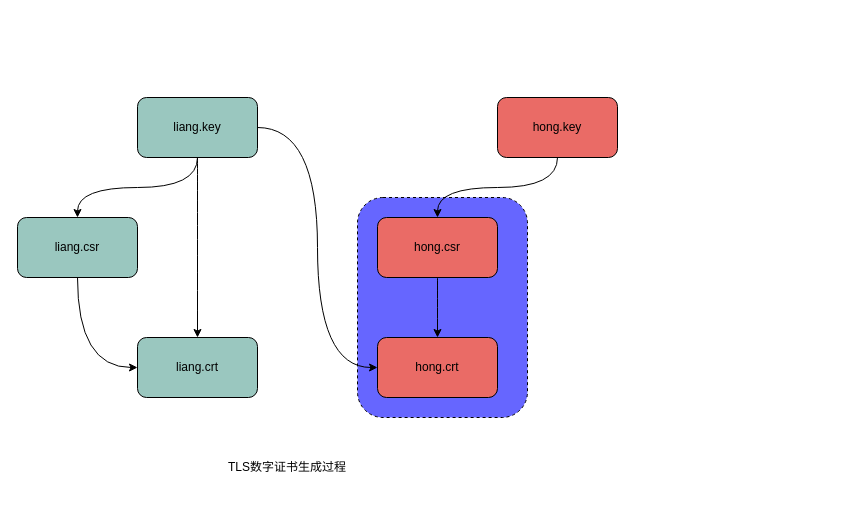
Before: src/tls.drawio in ab-doc/draw.io, a draw.io diagram. Source tidied: cells renumbered, new cells numbered last; positions are measured from the earlier drawing's top-left corner, leaving out a move shared by most shapes. Both pictures are drawn from the tidied source at 100%, with x=0, y=0 at pixel (17, 97).
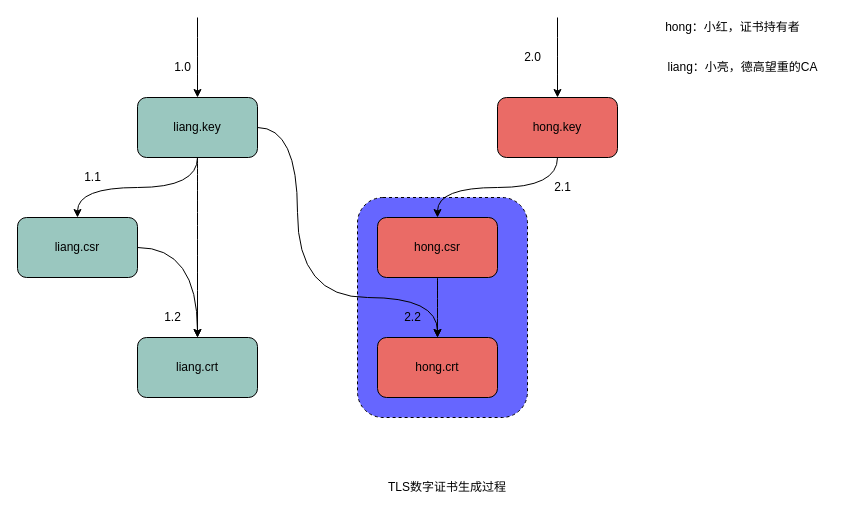
The same page after the edit.

Unchanged cells that the change refers to:
```xml
<mxCell id="6" value="liang.key" style="rounded=1;whiteSpace=wrap;html=1;fillColor=#9AC7BF;" parent="1" vertex="1">
  <mxGeometry x="120" width="120" height="60" as="geometry" />
</mxCell>
<mxCell id="7" value="liang.crt" style="rounded=1;whiteSpace=wrap;html=1;fillColor=#9AC7BF;" parent="1" vertex="1">
  <mxGeometry x="120" y="240" width="120" height="60" as="geometry" />
</mxCell>
<mxCell id="9" value="liang.csr" style="rounded=1;whiteSpace=wrap;html=1;fillColor=#9AC7BF;" parent="1" vertex="1">
  <mxGeometry y="120" width="120" height="60" as="geometry" />
</mxCell>
<mxCell id="11" value="hong.key" style="rounded=1;whiteSpace=wrap;html=1;fillColor=#EA6B66;" parent="1" vertex="1">
  <mxGeometry x="480" width="120" height="60" as="geometry" />
</mxCell>
<mxCell id="14" value="hong.crt" style="rounded=1;whiteSpace=wrap;html=1;fillColor=#EA6B66;" parent="1" vertex="1">
  <mxGeometry x="360" y="240" width="120" height="60" as="geometry" />
</mxCell>
```

Diff of the diagram source:
```diff
@@
-    <mxCell id="5" style="edgeStyle=orthogonalEdgeStyle;curved=1;rounded=0;jettySize=auto;html=1;entryX=0;entryY=0.5;entryDx=0;entryDy=0;" parent="1" edge="1" source="6" target="14">
-      <mxGeometry relative="1" as="geometry" />
+    <mxCell id="5" style="edgeStyle=orthogonalEdgeStyle;curved=1;rounded=0;jettySize=auto;html=1;entryX=0.5;entryY=0;entryDx=0;entryDy=0;" parent="1" edge="1" source="6" target="14">
+      <mxGeometry relative="1" as="geometry">
+        <Array as="points">
+          <mxPoint x="280" y="30" />
+          <mxPoint x="280" y="200" />
+          <mxPoint x="420" y="200" />
+        </Array>
+      </mxGeometry>
     </mxCell>
+    <mxCell id="16" style="edgeStyle=orthogonalEdgeStyle;curved=1;rounded=0;jettySize=auto;html=1;startArrow=classic;startFill=1;endArrow=none;endFill=0;" parent="1" edge="1" source="6">
+      <mxGeometry relative="1" as="geometry">
+        <mxPoint x="180" y="-80" as="targetPoint" />
+      </mxGeometry>
+    </mxCell>
@@
-    <mxCell id="8" style="edgeStyle=orthogonalEdgeStyle;curved=1;rounded=0;jettySize=auto;html=1;entryX=0;entryY=0.5;entryDx=0;entryDy=0;" parent="1" edge="1" source="9" target="7">
+    <mxCell id="8" style="edgeStyle=orthogonalEdgeStyle;rounded=0;jettySize=auto;html=1;entryX=0.5;entryY=0;entryDx=0;entryDy=0;exitX=1;exitY=0.5;exitDx=0;exitDy=0;curved=1;" parent="1" edge="1" source="9" target="7">
       <mxGeometry relative="1" as="geometry" />
     </mxCell>
@@
+    <mxCell id="17" style="edgeStyle=orthogonalEdgeStyle;curved=1;rounded=0;jettySize=auto;html=1;startArrow=classic;startFill=1;endArrow=none;endFill=0;" parent="1" edge="1" source="11">
+      <mxGeometry relative="1" as="geometry">
+        <mxPoint x="540" y="-80" as="targetPoint" />
+      </mxGeometry>
+    </mxCell>
@@
     <mxCell id="15" value="TLS数字证书生成过程" style="text;html=1;strokeColor=none;fillColor=none;align=center;verticalAlign=middle;whiteSpace=wrap;rounded=0;dashed=1;" parent="1" vertex="1">
-      <mxGeometry x="200" y="360" width="140" height="20" as="geometry" />
+      <mxGeometry x="360" y="380" width="140" height="20" as="geometry" />
     </mxCell>
+    <mxCell id="18" value="2.2" style="text;html=1;align=center;verticalAlign=middle;" parent="1" vertex="1">
+      <mxGeometry x="380" y="210" width="30" height="20" as="geometry" />
+    </mxCell>
+    <mxCell id="19" value="2.1" style="text;html=1;align=center;verticalAlign=middle;" parent="1" vertex="1">
+      <mxGeometry x="530" y="80" width="30" height="20" as="geometry" />
+    </mxCell>
+    <mxCell id="20" value="2.0" style="text;html=1;align=center;verticalAlign=middle;" parent="1" vertex="1">
+      <mxGeometry x="500" y="-50" width="30" height="20" as="geometry" />
+    </mxCell>
+    <mxCell id="21" value="1.2" style="text;html=1;align=center;verticalAlign=middle;" parent="1" vertex="1">
+      <mxGeometry x="140" y="210" width="30" height="20" as="geometry" />
+    </mxCell>
+    <mxCell id="22" value="1.1" style="text;html=1;align=center;verticalAlign=middle;" parent="1" vertex="1">
+      <mxGeometry x="60" y="70" width="30" height="20" as="geometry" />
+    </mxCell>
+    <mxCell id="23" value="1.0" style="text;html=1;align=center;verticalAlign=middle;" parent="1" vertex="1">
+      <mxGeometry x="150" y="-40" width="30" height="20" as="geometry" />
+    </mxCell>
+    <mxCell id="24" value="hong：小红，证书持有者" style="text;html=1;align=center;verticalAlign=middle;" parent="1" vertex="1">
+      <mxGeometry x="640" y="-80" width="150" height="20" as="geometry" />
+    </mxCell>
+    <mxCell id="25" value="liang：小亮，德高望重的CA" style="text;html=1;align=center;verticalAlign=middle;" parent="1" vertex="1">
+      <mxGeometry x="640" y="-40" width="170" height="20" as="geometry" />
+    </mxCell>
```
